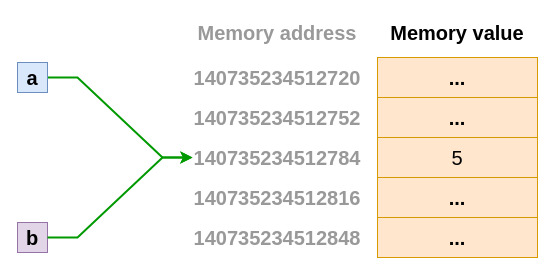
Before: ab address 1.drawio in pyhub01/Chapter-2-Illustrations, a draw.io diagram. Source tidied: cells renumbered, new cells numbered last; positions are measured from the earlier drawing's top-left corner, leaving out a move shared by most shapes. Both pictures are drawn from the tidied source at 100%, with x=0, y=0 at pixel (17, 17).
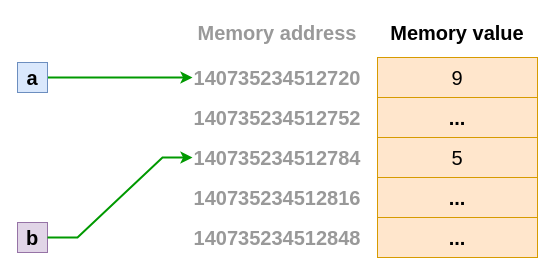
Above is the later version.

The edit, as a diff of the source:
```diff
@@
 <mxGraphModel>
   <root>
     <mxCell id="0" />
     <mxCell id="1" parent="0" />
-    <mxCell id="2" style="edgeStyle=entityRelationEdgeStyle;rounded=0;jettySize=auto;html=1;fontSize=20;strokeWidth=2;strokeColor=#009900;entryX=0;entryY=0.5;entryDx=0;entryDy=0;" parent="1" edge="1" source="3" target="5">
+    <mxCell id="2" style="edgeStyle=entityRelationEdgeStyle;rounded=0;jettySize=auto;html=1;fontSize=20;strokeWidth=2;strokeColor=#009900;entryX=0;entryY=0.5;entryDx=0;entryDy=0;" parent="1" edge="1" source="3" target="11">
       <mxGeometry relative="1" as="geometry" />
     </mxCell>
     <mxCell id="3" value="&lt;font style=&quot;font-size: 20px&quot;&gt;&lt;b&gt;a&lt;/b&gt;&lt;/font&gt;" style="text;html=1;strokeColor=#6c8ebf;fillColor=#dae8fc;align=center;verticalAlign=middle;whiteSpace=wrap;rounded=0;" parent="1" vertex="1">
       <mxGeometry y="45" width="30" height="30" as="geometry" />
     </mxCell>
-    <mxCell id="4" value="5" style="rounded=0;whiteSpace=wrap;html=1;fontSize=20;fillColor=#ffe6cc;strokeColor=#d79b00;" parent="1" vertex="1">
+    <mxCell id="4" value="&lt;span style=&quot;font-weight: normal&quot;&gt;5&lt;/span&gt;" style="rounded=0;whiteSpace=wrap;html=1;fontSize=20;fillColor=#ffe6cc;strokeColor=#d79b00;fontStyle=1;" parent="1" vertex="1">
       <mxGeometry x="360" y="120" width="160" height="40" as="geometry" />
     </mxCell>
     <mxCell id="5" value="&lt;span&gt;&lt;/span&gt;&lt;strong class=&quot;r-b88u0q&quot;&gt;140735234512784&lt;/strong&gt;" style="text;html=1;strokeColor=none;fillColor=none;align=center;verticalAlign=middle;whiteSpace=wrap;rounded=0;fontSize=20;fontColor=#999999;" parent="1" vertex="1">
       <mxGeometry x="175" y="125" width="170" height="30" as="geometry" />
     </mxCell>
     <mxCell id="6" value="&lt;b&gt;...&lt;/b&gt;" style="rounded=0;whiteSpace=wrap;html=1;fontSize=20;fillColor=#ffe6cc;strokeColor=#d79b00;" parent="1" vertex="1">
       <mxGeometry x="360" y="80" width="160" height="40" as="geometry" />
     </mxCell>
-    <mxCell id="7" value="&lt;b&gt;...&lt;/b&gt;" style="rounded=0;whiteSpace=wrap;html=1;fontSize=20;fillColor=#ffe6cc;strokeColor=#d79b00;" parent="1" vertex="1">
+    <mxCell id="7" value="9" style="rounded=0;whiteSpace=wrap;html=1;fontSize=20;fillColor=#ffe6cc;strokeColor=#d79b00;" parent="1" vertex="1">
       <mxGeometry x="360" y="40" width="160" height="40" as="geometry" />
     </mxCell>
     <mxCell id="8" value="&lt;b&gt;...&lt;/b&gt;" style="rounded=0;whiteSpace=wrap;html=1;fontSize=20;fillColor=#ffe6cc;strokeColor=#d79b00;" parent="1" vertex="1">
       <mxGeometry x="360" y="160" width="160" height="40" as="geometry" />
     </mxCell>
     <mxCell id="9" value="&lt;b&gt;...&lt;/b&gt;" style="rounded=0;whiteSpace=wrap;html=1;fontSize=20;fillColor=#ffe6cc;strokeColor=#d79b00;" parent="1" vertex="1">
       <mxGeometry x="360" y="200" width="160" height="40" as="geometry" />
     </mxCell>
     <mxCell id="10" value="&lt;b&gt;140735234512752&lt;/b&gt;" style="text;html=1;strokeColor=none;fillColor=none;align=center;verticalAlign=middle;whiteSpace=wrap;rounded=0;fontSize=20;fontColor=#999999;" parent="1" vertex="1">
       <mxGeometry x="230" y="85" width="60" height="30" as="geometry" />
     </mxCell>
     <mxCell id="11" value="&lt;b&gt;140735234512720&lt;/b&gt;" style="text;html=1;strokeColor=none;fillColor=none;align=center;verticalAlign=middle;whiteSpace=wrap;rounded=0;fontSize=20;fontColor=#999999;" parent="1" vertex="1">
-      <mxGeometry x="230" y="45" width="60" height="30" as="geometry" />
+      <mxGeometry x="175" y="45" width="170" height="30" as="geometry" />
     </mxCell>
     <mxCell id="12" value="&lt;b&gt;140735234512816&lt;/b&gt;" style="text;html=1;strokeColor=none;fillColor=none;align=center;verticalAlign=middle;whiteSpace=wrap;rounded=0;fontSize=20;fontColor=#999999;" parent="1" vertex="1">
       <mxGeometry x="230" y="165" width="60" height="30" as="geometry" />
     </mxCell>
     <mxCell id="13" value="&lt;b&gt;140735234512848&lt;/b&gt;" style="text;html=1;strokeColor=none;fillColor=none;align=center;verticalAlign=middle;whiteSpace=wrap;rounded=0;fontSize=20;fontColor=#999999;" parent="1" vertex="1">
       <mxGeometry x="230" y="205" width="60" height="30" as="geometry" />
     </mxCell>
     <mxCell id="14" value="&lt;b&gt;&lt;font color=&quot;#999999&quot;&gt;Memory address&lt;/font&gt;&lt;/b&gt;" style="text;html=1;strokeColor=none;fillColor=none;align=center;verticalAlign=middle;whiteSpace=wrap;rounded=0;fontSize=20;" parent="1" vertex="1">
       <mxGeometry x="175" width="170" height="30" as="geometry" />
     </mxCell>
     <mxCell id="15" value="&lt;b&gt;&lt;font&gt;Memory value&lt;/font&gt;&lt;/b&gt;" style="text;html=1;strokeColor=none;fillColor=none;align=center;verticalAlign=middle;whiteSpace=wrap;rounded=0;fontSize=20;fontColor=#000000;" parent="1" vertex="1">
       <mxGeometry x="355" width="170" height="30" as="geometry" />
     </mxCell>
     <mxCell id="16" value="&lt;font style=&quot;font-size: 20px&quot;&gt;&lt;b&gt;b&lt;/b&gt;&lt;/font&gt;" style="text;html=1;strokeColor=#9673a6;fillColor=#e1d5e7;align=center;verticalAlign=middle;whiteSpace=wrap;rounded=0;" parent="1" vertex="1">
       <mxGeometry y="205" width="30" height="30" as="geometry" />
     </mxCell>
     <mxCell id="17" style="edgeStyle=entityRelationEdgeStyle;rounded=0;jettySize=auto;html=1;fontSize=20;strokeWidth=2;strokeColor=#009900;entryX=0;entryY=0.5;entryDx=0;entryDy=0;" parent="1" edge="1" target="5">
       <mxGeometry relative="1" as="geometry">
         <mxPoint x="30" y="220" as="sourcePoint" />
       </mxGeometry>
     </mxCell>
   </root>
 </mxGraphModel>
```
